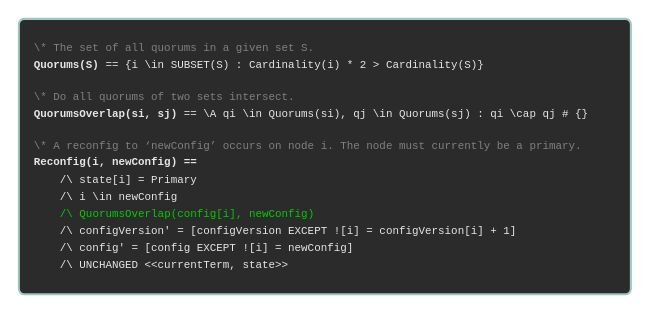
will62794/reconfig-traces keeps this draw.io diagram as page "snippet-1" (6 of 8) of traces/traces.drawio. Above is the earlier version. Source tidied: cells renumbered, new cells numbered last; positions are measured from the earlier drawing's top-left corner, leaving out a move shared by most shapes. Both pictures are drawn from the tidied source at 102%, with x=0, y=0 at pixel (18, 18).
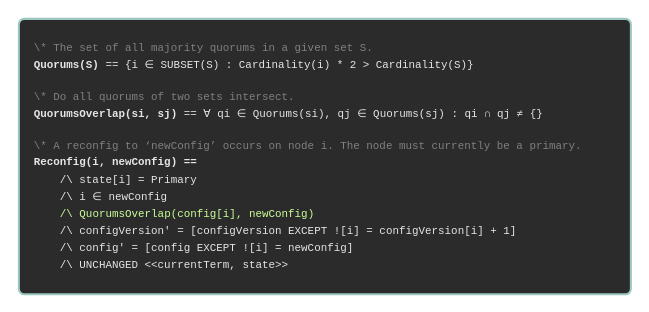
The same diagram, later.

Change to the diagram source:
```diff
@@
 <mxGraphModel>
   <root>
     <mxCell id="0" />
     <mxCell id="1" parent="0" />
-    <mxCell id="2" value="&lt;b style=&quot;&quot; id=&quot;docs-internal-guid-955c089a-7fff-785c-a062-aca5ab7f73e9&quot;&gt;&lt;font&gt;&lt;p dir=&quot;ltr&quot; style=&quot;font-weight: normal; line-height: 1.38; margin-top: 0pt; margin-bottom: 0pt;&quot;&gt;&lt;span style=&quot;font-size: 8pt; font-family: &amp;quot;Roboto Mono&amp;quot;, monospace; background-color: transparent; font-weight: 400; font-style: normal; font-variant: normal; text-decoration: none; vertical-align: baseline; white-space: pre-wrap;&quot;&gt;&lt;font style=&quot;color: rgb(128, 128, 128);&quot;&gt;\* The set of all quorums in a given set S.&lt;/font&gt;&lt;/span&gt;&lt;/p&gt;&lt;p dir=&quot;ltr&quot; style=&quot;color: rgb(230, 230, 230); line-height: 1.38; margin-top: 0pt; margin-bottom: 0pt;&quot;&gt;&lt;span style=&quot;font-size: 8pt; font-family: &amp;quot;Roboto Mono&amp;quot;, monospace; background-color: transparent; font-style: normal; font-variant: normal; text-decoration: none; vertical-align: baseline; white-space: pre-wrap;&quot;&gt;Quorums(S)&lt;/span&gt;&lt;span style=&quot;font-weight: 400; font-size: 8pt; font-family: &amp;quot;Roboto Mono&amp;quot;, monospace; background-color: transparent; font-style: normal; font-variant: normal; text-decoration: none; vertical-align: baseline; white-space: pre-wrap;&quot;&gt; == {i \in SUBSET(S) : Cardinality(i) * 2 &amp;gt; Cardinality(S)}&lt;/span&gt;&lt;/p&gt;&lt;br&gt;&lt;p dir=&quot;ltr&quot; style=&quot;font-weight: normal; line-height: 1.38; margin-top: 0pt; margin-bottom: 0pt;&quot;&gt;&lt;span style=&quot;font-size: 8pt; font-family: &amp;quot;Roboto Mono&amp;quot;, monospace; background-color: transparent; font-weight: 400; font-style: normal; font-variant: normal; text-decoration: none; vertical-align: baseline; white-space: pre-wrap;&quot;&gt;&lt;font style=&quot;color: rgb(128, 128, 128);&quot;&gt;\* Do all quorums of two sets intersect.&lt;/font&gt;&lt;/span&gt;&lt;/p&gt;&lt;p dir=&quot;ltr&quot; style=&quot;color: rgb(230, 230, 230); line-height: 1.38; margin-top: 0pt; margin-bottom: 0pt;&quot;&gt;&lt;span style=&quot;font-size: 8pt; font-family: &amp;quot;Roboto Mono&amp;quot;, monospace; background-color: transparent; font-style: normal; font-variant: normal; text-decoration: none; vertical-align: baseline; white-space: pre-wrap;&quot;&gt;QuorumsOverlap(si, sj)&lt;/span&gt;&lt;span style=&quot;font-weight: 400; font-size: 8pt; font-family: &amp;quot;Roboto Mono&amp;quot;, monospace; background-color: transparent; font-style: normal; font-variant: normal; text-decoration: none; vertical-align: baseline; white-space: pre-wrap;&quot;&gt; == \A qi \in Quorums(si), qj \in Quorums(sj) : qi \cap qj # {}&lt;/span&gt;&lt;/p&gt;&lt;br&gt;&lt;p dir=&quot;ltr&quot; style=&quot;font-weight: normal; line-height: 1.38; margin-top: 0pt; margin-bottom: 0pt;&quot;&gt;&lt;span style=&quot;font-size: 8pt; font-family: &amp;quot;Roboto Mono&amp;quot;, monospace; background-color: transparent; font-weight: 400; font-style: normal; font-variant: normal; text-decoration: none; vertical-align: baseline; white-space: pre-wrap;&quot;&gt;&lt;font style=&quot;color: rgb(128, 128, 128);&quot;&gt;\* A reconfig to ‘newConfig’ occurs on node i. The node must currently be a primary.&lt;/font&gt;&lt;/span&gt;&lt;/p&gt;&lt;p dir=&quot;ltr&quot; style=&quot;color: rgb(230, 230, 230); line-height: 1.38; margin-top: 0pt; margin-bottom: 0pt;&quot;&gt;&lt;span style=&quot;font-size: 8pt; font-family: &amp;quot;Roboto Mono&amp;quot;, monospace; background-color: transparent; font-style: normal; font-variant: normal; text-decoration: none; vertical-align: baseline; white-space: pre-wrap;&quot;&gt;Reconfig(i, newConfig) ==&lt;/span&gt;&lt;/p&gt;&lt;p dir=&quot;ltr&quot; style=&quot;color: rgb(230, 230, 230); font-weight: normal; line-height: 1.38; margin-top: 0pt; margin-bottom: 0pt;&quot;&gt;&lt;span style=&quot;font-size: 8pt; font-family: &amp;quot;Roboto Mono&amp;quot;, monospace; background-color: transparent; font-weight: 400; font-style: normal; font-variant: normal; text-decoration: none; vertical-align: baseline; white-space: pre-wrap;&quot;&gt;&amp;nbsp;&amp;nbsp;&amp;nbsp;&amp;nbsp;/\ state[i] = Primary&lt;/span&gt;&lt;/p&gt;&lt;p dir=&quot;ltr&quot; style=&quot;color: rgb(230, 230, 230); font-weight: normal; line-height: 1.38; margin-top: 0pt; margin-bottom: 0pt;&quot;&gt;&lt;span style=&quot;font-size: 8pt; font-family: &amp;quot;Roboto Mono&amp;quot;, monospace; background-color: transparent; font-weight: 400; font-style: normal; font-variant: normal; text-decoration: none; vertical-align: baseline; white-space: pre-wrap;&quot;&gt;&amp;nbsp;&amp;nbsp;&amp;nbsp;&amp;nbsp;/\ i \in newConfig&lt;/span&gt;&lt;/p&gt;&lt;p dir=&quot;ltr&quot; style=&quot;font-weight: normal; line-height: 1.38; margin-top: 0pt; margin-bottom: 0pt;&quot;&gt;&lt;span style=&quot;color: rgb(230, 230, 230); font-size: 8pt; font-family: &amp;quot;Roboto Mono&amp;quot;, monospace; background-color: transparent; font-weight: 400; font-style: normal; font-variant: normal; text-decoration: none; vertical-align: baseline; white-space: pre-wrap;&quot;&gt;&amp;nbsp;&amp;nbsp;&amp;nbsp;&amp;nbsp;&lt;/span&gt;&lt;span style=&quot;font-size: 8pt; font-family: &amp;quot;Roboto Mono&amp;quot;, monospace; font-weight: 400; font-style: normal; font-variant: normal; text-decoration: none; vertical-align: baseline; white-space: pre-wrap; background-color: light-dark(rgb(43, 43, 43), rgb(40, 42, 53));&quot;&gt;&lt;font style=&quot;color: rgb(0, 204, 0);&quot;&gt;/\ QuorumsOverlap(config[i], newConfig)&lt;/font&gt;&lt;/span&gt;&lt;/p&gt;&lt;p dir=&quot;ltr&quot; style=&quot;color: rgb(230, 230, 230); font-weight: normal; line-height: 1.38; margin-top: 0pt; margin-bottom: 0pt;&quot;&gt;&lt;span style=&quot;font-size: 8pt; font-family: &amp;quot;Roboto Mono&amp;quot;, monospace; background-color: transparent; font-weight: 400; font-style: normal; font-variant: normal; text-decoration: none; vertical-align: baseline; white-space: pre-wrap;&quot;&gt;&amp;nbsp;&amp;nbsp;&amp;nbsp;&amp;nbsp;/\ configVersion' = [configVersion EXCEPT ![i] = configVersion[i] + 1]&lt;/span&gt;&lt;/p&gt;&lt;p dir=&quot;ltr&quot; style=&quot;color: rgb(230, 230, 230); font-weight: normal; line-height: 1.38; margin-top: 0pt; margin-bottom: 0pt;&quot;&gt;&lt;span style=&quot;font-size: 8pt; font-family: &amp;quot;Roboto Mono&amp;quot;, monospace; background-color: transparent; font-weight: 400; font-style: normal; font-variant: normal; text-decoration: none; vertical-align: baseline; white-space: pre-wrap;&quot;&gt;&amp;nbsp;&amp;nbsp;&amp;nbsp;&amp;nbsp;/\ config' = [config EXCEPT ![i] = newConfig]&lt;/span&gt;&lt;/p&gt;&lt;p dir=&quot;ltr&quot; style=&quot;color: rgb(230, 230, 230); font-weight: normal; line-height: 1.38; margin-top: 0pt; margin-bottom: 0pt;&quot;&gt;&lt;span style=&quot;font-size: 8pt; font-family: &amp;quot;Roboto Mono&amp;quot;, monospace; background-color: transparent; font-weight: 400; font-style: normal; font-variant: normal; text-decoration: none; vertical-align: baseline; white-space: pre-wrap;&quot;&gt;&amp;nbsp;&amp;nbsp;&amp;nbsp;&amp;nbsp;/\ UNCHANGED &amp;lt;&amp;lt;currentTerm, state&amp;gt;&amp;gt;&lt;/span&gt;&lt;/p&gt;&lt;/font&gt;&lt;/b&gt;" style="text;whiteSpace=wrap;html=1;fillColor=light-dark(#2B2B2B,#282A35);perimeterSpacing=0;strokeColor=#9AC7BF;strokeWidth=2;rounded=1;arcSize=2;spacingLeft=0;spacing=15;" parent="1" vertex="1">
+    <mxCell id="2" value="&lt;b style=&quot;&quot; id=&quot;docs-internal-guid-955c089a-7fff-785c-a062-aca5ab7f73e9&quot;&gt;&lt;font&gt;&lt;p dir=&quot;ltr&quot; style=&quot;font-weight: normal; line-height: 1.38; margin-top: 0pt; margin-bottom: 0pt;&quot;&gt;&lt;span style=&quot;font-size: 8pt; font-family: &amp;quot;Roboto Mono&amp;quot;, monospace; background-color: transparent; font-weight: 400; font-style: normal; font-variant: normal; text-decoration: none; vertical-align: baseline; white-space: pre-wrap;&quot;&gt;&lt;font style=&quot;color: rgb(128, 128, 128);&quot;&gt;\* The set of all majority quorums in a given set S.&lt;/font&gt;&lt;/span&gt;&lt;/p&gt;&lt;p dir=&quot;ltr&quot; style=&quot;color: rgb(230, 230, 230); line-height: 1.38; margin-top: 0pt; margin-bottom: 0pt;&quot;&gt;&lt;span style=&quot;font-size: 8pt; font-family: &amp;quot;Roboto Mono&amp;quot;, monospace; background-color: transparent; font-style: normal; font-variant: normal; text-decoration: none; vertical-align: baseline; white-space: pre-wrap;&quot;&gt;Quorums(S)&lt;/span&gt;&lt;span style=&quot;font-weight: 400; font-size: 8pt; font-family: &amp;quot;Roboto Mono&amp;quot;, monospace; background-color: transparent; font-style: normal; font-variant: normal; text-decoration: none; vertical-align: baseline; white-space: pre-wrap;&quot;&gt; == {i &lt;/span&gt;&lt;b style=&quot;background-color: transparent; color: light-dark(rgb(0, 0, 0), rgb(255, 255, 255));&quot; id=&quot;docs-internal-guid-955c089a-7fff-785c-a062-aca5ab7f73e9&quot;&gt;&lt;span style=&quot;color: rgb(230, 230, 230); font-family: &amp;quot;Roboto Mono&amp;quot;, monospace; font-size: 10.6667px; font-weight: 400; white-space-collapse: preserve;&quot;&gt;∈&lt;/span&gt;&lt;/b&gt;&lt;span style=&quot;background-color: transparent; font-family: &amp;quot;Roboto Mono&amp;quot;, monospace; font-size: 8pt; font-weight: 400; white-space-collapse: preserve;&quot;&gt; SUBSET(S) : Cardinality(i) * 2 &amp;gt; Cardinality(S)}&lt;/span&gt;&lt;/p&gt;&lt;br&gt;&lt;p dir=&quot;ltr&quot; style=&quot;font-weight: normal; line-height: 1.38; margin-top: 0pt; margin-bottom: 0pt;&quot;&gt;&lt;span style=&quot;font-size: 8pt; font-family: &amp;quot;Roboto Mono&amp;quot;, monospace; background-color: transparent; font-weight: 400; font-style: normal; font-variant: normal; text-decoration: none; vertical-align: baseline; white-space: pre-wrap;&quot;&gt;&lt;font style=&quot;color: rgb(128, 128, 128);&quot;&gt;\* Do all quorums of two sets intersect.&lt;/font&gt;&lt;/span&gt;&lt;/p&gt;&lt;p dir=&quot;ltr&quot; style=&quot;color: rgb(230, 230, 230); line-height: 1.38; margin-top: 0pt; margin-bottom: 0pt;&quot;&gt;&lt;span style=&quot;font-size: 8pt; font-family: &amp;quot;Roboto Mono&amp;quot;, monospace; background-color: transparent; font-style: normal; font-variant: normal; text-decoration: none; vertical-align: baseline; white-space: pre-wrap;&quot;&gt;QuorumsOverlap(si, sj)&lt;/span&gt;&lt;span style=&quot;font-weight: 400; font-size: 8pt; font-family: &amp;quot;Roboto Mono&amp;quot;, monospace; background-color: transparent; font-style: normal; font-variant: normal; text-decoration: none; vertical-align: baseline; white-space: pre-wrap;&quot;&gt; == ∀ qi ∈ Quorums(si), qj ∈ Quorums(sj) : qi ∩ qj ≠ {}&lt;/span&gt;&lt;/p&gt;&lt;br&gt;&lt;p dir=&quot;ltr&quot; style=&quot;font-weight: normal; line-height: 1.38; margin-top: 0pt; margin-bottom: 0pt;&quot;&gt;&lt;span style=&quot;font-size: 8pt; font-family: &amp;quot;Roboto Mono&amp;quot;, monospace; background-color: transparent; font-weight: 400; font-style: normal; font-variant: normal; text-decoration: none; vertical-align: baseline; white-space: pre-wrap;&quot;&gt;&lt;font style=&quot;color: rgb(128, 128, 128);&quot;&gt;\* A reconfig to ‘newConfig’ occurs on node i. The node must currently be a primary.&lt;/font&gt;&lt;/span&gt;&lt;/p&gt;&lt;p dir=&quot;ltr&quot; style=&quot;color: rgb(230, 230, 230); line-height: 1.38; margin-top: 0pt; margin-bottom: 0pt;&quot;&gt;&lt;span style=&quot;font-size: 8pt; font-family: &amp;quot;Roboto Mono&amp;quot;, monospace; background-color: transparent; font-style: normal; font-variant: normal; text-decoration: none; vertical-align: baseline; white-space: pre-wrap;&quot;&gt;Reconfig(i, newConfig) ==&lt;/span&gt;&lt;/p&gt;&lt;p dir=&quot;ltr&quot; style=&quot;color: rgb(230, 230, 230); font-weight: normal; line-height: 1.38; margin-top: 0pt; margin-bottom: 0pt;&quot;&gt;&lt;span style=&quot;font-size: 8pt; font-family: &amp;quot;Roboto Mono&amp;quot;, monospace; background-color: transparent; font-weight: 400; font-style: normal; font-variant: normal; text-decoration: none; vertical-align: baseline; white-space: pre-wrap;&quot;&gt;&amp;nbsp;&amp;nbsp;&amp;nbsp;&amp;nbsp;/\ state[i] = Primary&lt;/span&gt;&lt;/p&gt;&lt;p dir=&quot;ltr&quot; style=&quot;color: rgb(230, 230, 230); font-weight: normal; line-height: 1.38; margin-top: 0pt; margin-bottom: 0pt;&quot;&gt;&lt;span style=&quot;font-size: 8pt; font-family: &amp;quot;Roboto Mono&amp;quot;, monospace; background-color: transparent; font-weight: 400; font-style: normal; font-variant: normal; text-decoration: none; vertical-align: baseline; white-space: pre-wrap;&quot;&gt;&amp;nbsp;&amp;nbsp;&amp;nbsp;&amp;nbsp;/\ i &lt;/span&gt;&lt;b style=&quot;background-color: transparent; color: light-dark(rgb(0, 0, 0), rgb(255, 255, 255));&quot; id=&quot;docs-internal-guid-955c089a-7fff-785c-a062-aca5ab7f73e9&quot;&gt;&lt;span style=&quot;color: rgb(230, 230, 230); font-family: &amp;quot;Roboto Mono&amp;quot;, monospace; font-size: 10.6667px; font-weight: 400; white-space-collapse: preserve;&quot;&gt;∈&lt;/span&gt;&lt;/b&gt;&lt;span style=&quot;background-color: transparent; font-family: &amp;quot;Roboto Mono&amp;quot;, monospace; font-size: 8pt; white-space-collapse: preserve;&quot;&gt; newConfig&lt;/span&gt;&lt;/p&gt;&lt;p dir=&quot;ltr&quot; style=&quot;font-weight: normal; line-height: 1.38; margin-top: 0pt; margin-bottom: 0pt;&quot;&gt;&lt;span style=&quot;color: rgb(230, 230, 230); font-size: 8pt; font-family: &amp;quot;Roboto Mono&amp;quot;, monospace; background-color: transparent; font-weight: 400; font-style: normal; font-variant: normal; text-decoration: none; vertical-align: baseline; white-space: pre-wrap;&quot;&gt;&amp;nbsp;&amp;nbsp;&amp;nbsp;&amp;nbsp;&lt;/span&gt;&lt;span style=&quot;font-size: 8pt; font-family: &amp;quot;Roboto Mono&amp;quot;, monospace; font-weight: 400; font-style: normal; font-variant: normal; text-decoration: none; vertical-align: baseline; white-space: pre-wrap; background-color: light-dark(rgb(43, 43, 43), rgb(40, 42, 53));&quot;&gt;&lt;font style=&quot;color: rgb(204, 255, 153);&quot;&gt;/\ QuorumsOverlap(config[i], newConfig)&lt;/font&gt;&lt;/span&gt;&lt;/p&gt;&lt;p dir=&quot;ltr&quot; style=&quot;color: rgb(230, 230, 230); font-weight: normal; line-height: 1.38; margin-top: 0pt; margin-bottom: 0pt;&quot;&gt;&lt;span style=&quot;font-size: 8pt; font-family: &amp;quot;Roboto Mono&amp;quot;, monospace; background-color: transparent; font-weight: 400; font-style: normal; font-variant: normal; text-decoration: none; vertical-align: baseline; white-space: pre-wrap;&quot;&gt;&amp;nbsp;&amp;nbsp;&amp;nbsp;&amp;nbsp;/\ configVersion' = [configVersion EXCEPT ![i] = configVersion[i] + 1]&lt;/span&gt;&lt;/p&gt;&lt;p dir=&quot;ltr&quot; style=&quot;color: rgb(230, 230, 230); font-weight: normal; line-height: 1.38; margin-top: 0pt; margin-bottom: 0pt;&quot;&gt;&lt;span style=&quot;font-size: 8pt; font-family: &amp;quot;Roboto Mono&amp;quot;, monospace; background-color: transparent; font-weight: 400; font-style: normal; font-variant: normal; text-decoration: none; vertical-align: baseline; white-space: pre-wrap;&quot;&gt;&amp;nbsp;&amp;nbsp;&amp;nbsp;&amp;nbsp;/\ config' = [config EXCEPT ![i] = newConfig]&lt;/span&gt;&lt;/p&gt;&lt;p dir=&quot;ltr&quot; style=&quot;color: rgb(230, 230, 230); font-weight: normal; line-height: 1.38; margin-top: 0pt; margin-bottom: 0pt;&quot;&gt;&lt;span style=&quot;font-size: 8pt; font-family: &amp;quot;Roboto Mono&amp;quot;, monospace; background-color: transparent; font-weight: 400; font-style: normal; font-variant: normal; text-decoration: none; vertical-align: baseline; white-space: pre-wrap;&quot;&gt;&amp;nbsp;&amp;nbsp;&amp;nbsp;&amp;nbsp;/\ UNCHANGED &amp;lt;&amp;lt;currentTerm, state&amp;gt;&amp;gt;&lt;/span&gt;&lt;/p&gt;&lt;/font&gt;&lt;/b&gt;" style="text;whiteSpace=wrap;html=1;fillColor=light-dark(#2B2B2B,#282A35);perimeterSpacing=0;strokeColor=#9AC7BF;strokeWidth=2;rounded=1;arcSize=2;spacingLeft=0;spacing=15;" parent="1" vertex="1">
       <mxGeometry width="600" height="270" as="geometry" />
     </mxCell>
   </root>
 </mxGraphModel>
```
